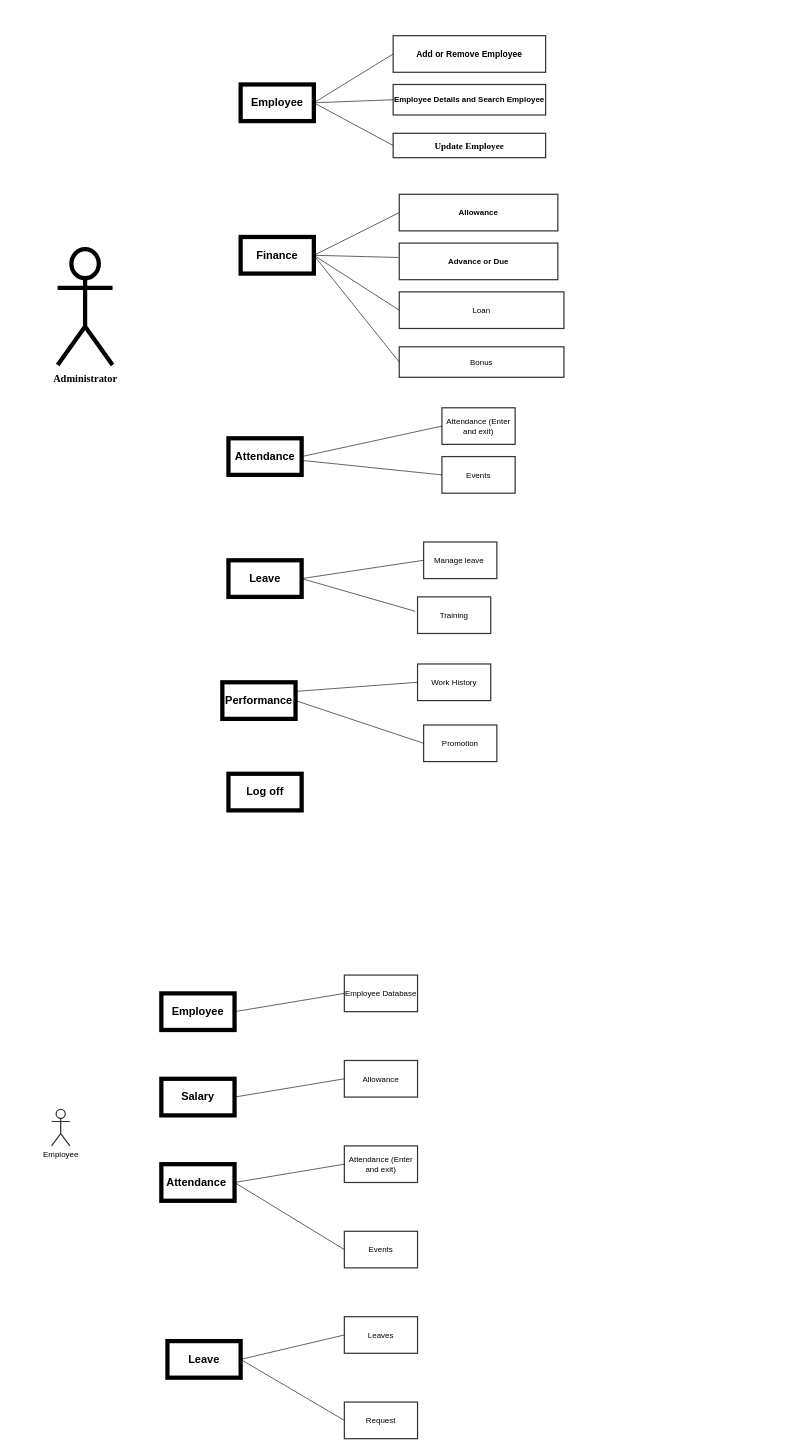
Above: css/Untitled Diagram.drawio in SaykatMondal1911/Web-design (draw.io), before the change. Source tidied: cells renumbered, new cells numbered last; positions are measured from the earlier drawing's top-left corner, leaving out a move shared by most shapes. Both pictures are drawn from the tidied source at 61%, with x=0, y=0 at pixel (51, 35).
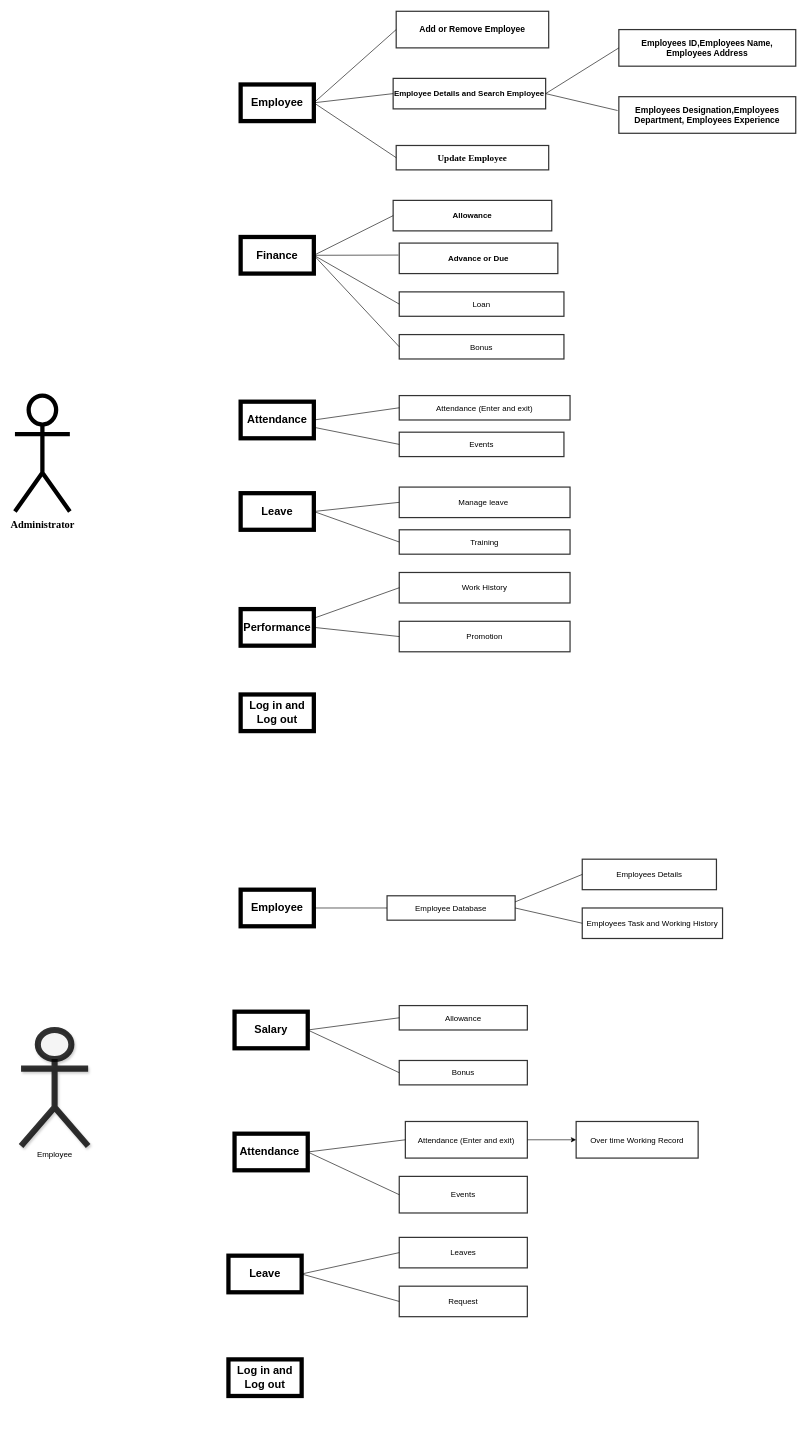
The same diagram, later.

Diff of the diagram source:
```diff
@@
     <mxCell id="2" value="&lt;font style=&quot;font-size: 17px&quot; face=&quot;Times New Roman&quot;&gt;&lt;b style=&quot;line-height: 190%&quot;&gt;Administrator&lt;/b&gt;&lt;/font&gt;" style="shape=umlActor;verticalLabelPosition=bottom;verticalAlign=top;html=1;strokeWidth=7;" parent="1" vertex="1">
-      <mxGeometry x="10" y="350" width="90" height="190" as="geometry" />
+      <mxGeometry x="-60" y="590" width="90" height="190" as="geometry" />
     </mxCell>
@@
     <mxCell id="5" value="&lt;h2&gt;Attendance&lt;/h2&gt;" style="rounded=0;whiteSpace=wrap;html=1;strokeWidth=7;" parent="1" vertex="1">
-      <mxGeometry x="290" y="660" width="120" height="60" as="geometry" />
+      <mxGeometry x="310" y="600" width="120" height="60" as="geometry" />
     </mxCell>
     <mxCell id="6" value="&lt;h2&gt;Leave&lt;/h2&gt;" style="rounded=0;whiteSpace=wrap;html=1;strokeWidth=7;" parent="1" vertex="1">
-      <mxGeometry x="290" y="860" width="120" height="60" as="geometry" />
+      <mxGeometry x="310" y="750" width="120" height="60" as="geometry" />
     </mxCell>
     <mxCell id="7" value="&lt;h2&gt;Performance&lt;/h2&gt;" style="rounded=0;whiteSpace=wrap;html=1;strokeWidth=7;" parent="1" vertex="1">
-      <mxGeometry x="280" y="1060" width="120" height="60" as="geometry" />
+      <mxGeometry x="310" y="940" width="120" height="60" as="geometry" />
     </mxCell>
-    <mxCell id="8" value="&lt;h2&gt;Log off&lt;/h2&gt;" style="rounded=0;whiteSpace=wrap;html=1;strokeWidth=7;" parent="1" vertex="1">
-      <mxGeometry x="290" y="1210" width="120" height="60" as="geometry" />
+    <mxCell id="8" value="&lt;h2&gt;Log in and Log out&lt;/h2&gt;" style="rounded=0;whiteSpace=wrap;html=1;strokeWidth=7;" parent="1" vertex="1">
+      <mxGeometry x="310" y="1080" width="120" height="60" as="geometry" />
     </mxCell>
@@
     <mxCell id="13" value="&lt;h4 style=&quot;font-size: 14px;&quot;&gt;Add or Remove Employee&lt;/h4&gt;" style="rounded=0;whiteSpace=wrap;html=1;strokeWidth=2;opacity=80;fontSize=14;" parent="1" vertex="1">
-      <mxGeometry x="560" width="250" height="60" as="geometry" />
+      <mxGeometry x="565" y="-40" width="250" height="60" as="geometry" />
     </mxCell>
     <mxCell id="14" value="&lt;h4 style=&quot;font-size: 13px;&quot;&gt;Employee Details and Search Employee&lt;/h4&gt;" style="rounded=0;whiteSpace=wrap;html=1;strokeWidth=2;opacity=80;fontSize=13;" parent="1" vertex="1">
-      <mxGeometry x="560" y="80" width="250" height="50" as="geometry" />
+      <mxGeometry x="560" y="70" width="250" height="50" as="geometry" />
     </mxCell>
     <mxCell id="15" value="&lt;h4&gt;&lt;font face=&quot;Times New Roman&quot; style=&quot;font-size: 15px&quot;&gt;Update Employee&lt;/font&gt;&lt;/h4&gt;" style="rounded=0;whiteSpace=wrap;html=1;strokeWidth=2;opacity=80;" parent="1" vertex="1">
-      <mxGeometry x="560" y="160" width="250" height="40" as="geometry" />
+      <mxGeometry x="565" y="180" width="250" height="40" as="geometry" />
     </mxCell>
     <mxCell id="16" value="&lt;h4&gt;Allowance&lt;/h4&gt;" style="rounded=0;whiteSpace=wrap;html=1;strokeWidth=2;fontSize=13;opacity=80;" parent="1" vertex="1">
-      <mxGeometry x="570" y="260" width="260" height="60" as="geometry" />
+      <mxGeometry x="560" y="270" width="260" height="50" as="geometry" />
     </mxCell>
     <mxCell id="17" value="&lt;h4&gt;Advance or Due&lt;/h4&gt;" style="rounded=0;whiteSpace=wrap;html=1;strokeWidth=2;fontSize=13;opacity=80;" parent="1" vertex="1">
-      <mxGeometry x="570" y="340" width="260" height="60" as="geometry" />
+      <mxGeometry x="570" y="340" width="260" height="50" as="geometry" />
     </mxCell>
     <mxCell id="18" value="Loan" style="rounded=0;whiteSpace=wrap;html=1;strokeWidth=2;fontSize=13;opacity=80;" parent="1" vertex="1">
-      <mxGeometry x="570" y="420" width="270" height="60" as="geometry" />
+      <mxGeometry x="570" y="420" width="270" height="40" as="geometry" />
     </mxCell>
     <mxCell id="19" value="Bonus" style="rounded=0;whiteSpace=wrap;html=1;strokeWidth=2;fontSize=13;opacity=80;" parent="1" vertex="1">
-      <mxGeometry x="570" y="510" width="270" height="50" as="geometry" />
+      <mxGeometry x="570" y="490" width="270" height="40" as="geometry" />
     </mxCell>
     <mxCell id="20" value="Attendance (Enter and exit)" style="rounded=0;whiteSpace=wrap;html=1;strokeWidth=2;fontSize=13;opacity=80;" parent="1" vertex="1">
-      <mxGeometry x="640" y="610" width="120" height="60" as="geometry" />
+      <mxGeometry x="570" y="590" width="280" height="40" as="geometry" />
     </mxCell>
     <mxCell id="21" value="Events" style="rounded=0;whiteSpace=wrap;html=1;strokeWidth=2;fontSize=13;opacity=80;" parent="1" vertex="1">
-      <mxGeometry x="640" y="690" width="120" height="60" as="geometry" />
+      <mxGeometry x="570" y="650" width="270" height="40" as="geometry" />
     </mxCell>
     <mxCell id="22" value="Manage leave&amp;nbsp;" style="rounded=0;whiteSpace=wrap;html=1;strokeWidth=2;fontSize=13;opacity=80;" parent="1" vertex="1">
-      <mxGeometry x="610" y="830" width="120" height="60" as="geometry" />
+      <mxGeometry x="570" y="740" width="280" height="50" as="geometry" />
     </mxCell>
     <mxCell id="23" value="Training" style="rounded=0;whiteSpace=wrap;html=1;strokeWidth=2;fontSize=13;opacity=80;" parent="1" vertex="1">
-      <mxGeometry x="600" y="920" width="120" height="60" as="geometry" />
+      <mxGeometry x="570" y="810" width="280" height="40" as="geometry" />
     </mxCell>
     <mxCell id="24" value="Work History" style="rounded=0;whiteSpace=wrap;html=1;strokeWidth=2;fontSize=13;opacity=80;" parent="1" vertex="1">
-      <mxGeometry x="600" y="1030" width="120" height="60" as="geometry" />
+      <mxGeometry x="570" y="880" width="280" height="50" as="geometry" />
     </mxCell>
     <mxCell id="25" value="Promotion" style="rounded=0;whiteSpace=wrap;html=1;strokeWidth=2;fontSize=13;opacity=80;" parent="1" vertex="1">
-      <mxGeometry x="610" y="1130" width="120" height="60" as="geometry" />
+      <mxGeometry x="570" y="960" width="280" height="50" as="geometry" />
     </mxCell>
-    <mxCell id="26" value="Employee&lt;br&gt;" style="shape=umlActor;verticalLabelPosition=bottom;verticalAlign=top;html=1;strokeWidth=2;fontSize=13;opacity=80;" parent="1" vertex="1">
-      <mxGeometry y="1760" width="30" height="60" as="geometry" />
+    <mxCell id="26" value="Employee&lt;br&gt;" style="shape=umlActor;verticalLabelPosition=bottom;verticalAlign=top;html=1;strokeWidth=10;fontSize=13;opacity=80;shadow=1;" parent="1" vertex="1">
+      <mxGeometry x="-50" y="1630" width="110" height="190" as="geometry" />
     </mxCell>
     <mxCell id="27" value="&lt;h2&gt;Employee&lt;/h2&gt;" style="rounded=0;whiteSpace=wrap;html=1;strokeWidth=7;" parent="1" vertex="1">
-      <mxGeometry x="180" y="1570" width="120" height="60" as="geometry" />
+      <mxGeometry x="310" y="1400" width="120" height="60" as="geometry" />
     </mxCell>
     <mxCell id="28" value="&lt;h2&gt;Salary&lt;/h2&gt;" style="rounded=0;whiteSpace=wrap;html=1;strokeWidth=7;" parent="1" vertex="1">
-      <mxGeometry x="180" y="1710" width="120" height="60" as="geometry" />
+      <mxGeometry x="300" y="1600" width="120" height="60" as="geometry" />
     </mxCell>
     <mxCell id="29" value="&lt;h2&gt;Attendance&amp;nbsp;&lt;/h2&gt;" style="rounded=0;whiteSpace=wrap;html=1;strokeWidth=7;" parent="1" vertex="1">
-      <mxGeometry x="180" y="1850" width="120" height="60" as="geometry" />
+      <mxGeometry x="300" y="1800" width="120" height="60" as="geometry" />
     </mxCell>
     <mxCell id="30" value="&lt;h2&gt;Leave&lt;/h2&gt;" style="rounded=0;whiteSpace=wrap;html=1;strokeWidth=7;" parent="1" vertex="1">
-      <mxGeometry x="190" y="2140" width="120" height="60" as="geometry" />
+      <mxGeometry x="290" y="2000" width="120" height="60" as="geometry" />
     </mxCell>
     <mxCell id="31" value="Employee Database" style="rounded=0;whiteSpace=wrap;html=1;strokeWidth=2;fontSize=13;opacity=80;" parent="1" vertex="1">
-      <mxGeometry x="480" y="1540" width="120" height="60" as="geometry" />
+      <mxGeometry x="550" y="1410" width="210" height="40" as="geometry" />
     </mxCell>
     <mxCell id="32" value="Allowance" style="rounded=0;whiteSpace=wrap;html=1;strokeWidth=2;fontSize=13;opacity=80;" parent="1" vertex="1">
-      <mxGeometry x="480" y="1680" width="120" height="60" as="geometry" />
+      <mxGeometry x="570" y="1590" width="210" height="40" as="geometry" />
     </mxCell>
+    <mxCell id="56" style="edgeStyle=orthogonalEdgeStyle;rounded=0;jettySize=auto;html=1;" parent="1" edge="1" source="33" target="61">
+      <mxGeometry relative="1" as="geometry" />
+    </mxCell>
     <mxCell id="33" value="Attendance (Enter and exit)" style="rounded=0;whiteSpace=wrap;html=1;strokeWidth=2;fontSize=13;opacity=80;" parent="1" vertex="1">
-      <mxGeometry x="480" y="1820" width="120" height="60" as="geometry" />
+      <mxGeometry x="580" y="1780" width="200" height="60" as="geometry" />
     </mxCell>
     <mxCell id="34" value="Events" style="rounded=0;whiteSpace=wrap;html=1;strokeWidth=2;fontSize=13;opacity=80;" parent="1" vertex="1">
-      <mxGeometry x="480" y="1960" width="120" height="60" as="geometry" />
+      <mxGeometry x="570" y="1870" width="210" height="60" as="geometry" />
     </mxCell>
     <mxCell id="35" value="Leaves" style="rounded=0;whiteSpace=wrap;html=1;strokeWidth=2;fontSize=13;opacity=80;" parent="1" vertex="1">
-      <mxGeometry x="480" y="2100" width="120" height="60" as="geometry" />
+      <mxGeometry x="570" y="1970" width="210" height="50" as="geometry" />
     </mxCell>
     <mxCell id="36" value="Request" style="rounded=0;whiteSpace=wrap;html=1;strokeWidth=2;fontSize=13;opacity=80;" parent="1" vertex="1">
-      <mxGeometry x="480" y="2240" width="120" height="60" as="geometry" />
+      <mxGeometry x="570" y="2050" width="210" height="50" as="geometry" />
     </mxCell>
@@
-    <mxCell id="49" style="endArrow=none;html=1;fontSize=13;entryX=-0.033;entryY=0.393;entryDx=0;entryDy=0;entryPerimeter=0;" parent="1" edge="1" target="23">
-      <mxGeometry relative="1" as="geometry">
-        <mxPoint x="410" y="890" as="sourcePoint" />
-      </mxGeometry>
+    <mxCell id="49" style="endArrow=none;html=1;fontSize=13;entryX=0;entryY=0.5;entryDx=0;entryDy=0;exitX=1;exitY=0.5;exitDx=0;exitDy=0;" parent="1" edge="1" source="6" target="23">
+      <mxGeometry relative="1" as="geometry" />
     </mxCell>
@@
+    <mxCell id="57" value="&lt;h2&gt;Log in and Log out&lt;/h2&gt;" style="rounded=0;whiteSpace=wrap;html=1;strokeWidth=7;" parent="1" vertex="1">
+      <mxGeometry x="290" y="2170" width="120" height="60" as="geometry" />
+    </mxCell>
+    <mxCell id="58" value="Employees Details" style="rounded=0;whiteSpace=wrap;html=1;strokeWidth=2;fontSize=13;opacity=80;" parent="1" vertex="1">
+      <mxGeometry x="870" y="1350" width="220" height="50" as="geometry" />
+    </mxCell>
+    <mxCell id="59" value="Employees Task and Working History" style="rounded=0;whiteSpace=wrap;html=1;strokeWidth=2;fontSize=13;opacity=80;" parent="1" vertex="1">
+      <mxGeometry x="870" y="1430" width="230" height="50" as="geometry" />
+    </mxCell>
+    <mxCell id="60" value="Bonus" style="rounded=0;whiteSpace=wrap;html=1;strokeWidth=2;fontSize=13;opacity=80;" parent="1" vertex="1">
+      <mxGeometry x="570" y="1680" width="210" height="40" as="geometry" />
+    </mxCell>
+    <mxCell id="61" value="Over time Working Record" style="rounded=0;whiteSpace=wrap;html=1;strokeWidth=2;fontSize=13;opacity=80;" parent="1" vertex="1">
+      <mxGeometry x="860" y="1780" width="200" height="60" as="geometry" />
+    </mxCell>
+    <mxCell id="62" style="endArrow=none;html=1;exitX=1;exitY=0.25;exitDx=0;exitDy=0;entryX=0;entryY=0.5;entryDx=0;entryDy=0;" parent="1" edge="1" source="31" target="58">
+      <mxGeometry relative="1" as="geometry" />
+    </mxCell>
+    <mxCell id="63" style="endArrow=none;html=1;exitX=1;exitY=0.5;exitDx=0;exitDy=0;entryX=0;entryY=0.5;entryDx=0;entryDy=0;" parent="1" edge="1" source="31" target="59">
+      <mxGeometry relative="1" as="geometry" />
+    </mxCell>
+    <mxCell id="64" style="endArrow=none;html=1;exitX=1;exitY=0.5;exitDx=0;exitDy=0;entryX=0;entryY=0.5;entryDx=0;entryDy=0;" parent="1" edge="1" source="28" target="60">
+      <mxGeometry relative="1" as="geometry" />
+    </mxCell>
+    <mxCell id="65" value="&lt;h4 style=&quot;font-size: 14px&quot;&gt;Employees ID,Employees Name, Employees Address&lt;/h4&gt;" style="rounded=0;whiteSpace=wrap;html=1;strokeWidth=2;opacity=80;fontSize=14;" parent="1" vertex="1">
+      <mxGeometry x="930" y="-10" width="290" height="60" as="geometry" />
+    </mxCell>
+    <mxCell id="66" value="&lt;h4 style=&quot;font-size: 14px&quot;&gt;Employees Designation,Employees Department, Employees Experience&lt;/h4&gt;" style="rounded=0;whiteSpace=wrap;html=1;strokeWidth=2;opacity=80;fontSize=14;" parent="1" vertex="1">
+      <mxGeometry x="930" y="100" width="290" height="60" as="geometry" />
+    </mxCell>
+    <mxCell id="67" style="endArrow=none;html=1;entryX=0;entryY=0.5;entryDx=0;entryDy=0;exitX=1;exitY=0.5;exitDx=0;exitDy=0;" parent="1" edge="1" source="14" target="65">
+      <mxGeometry relative="1" as="geometry" />
+    </mxCell>
+    <mxCell id="68" style="endArrow=none;html=1;entryX=-0.007;entryY=0.378;entryDx=0;entryDy=0;entryPerimeter=0;exitX=1;exitY=0.5;exitDx=0;exitDy=0;" parent="1" edge="1" source="14" target="66">
+      <mxGeometry relative="1" as="geometry" />
+    </mxCell>
```
